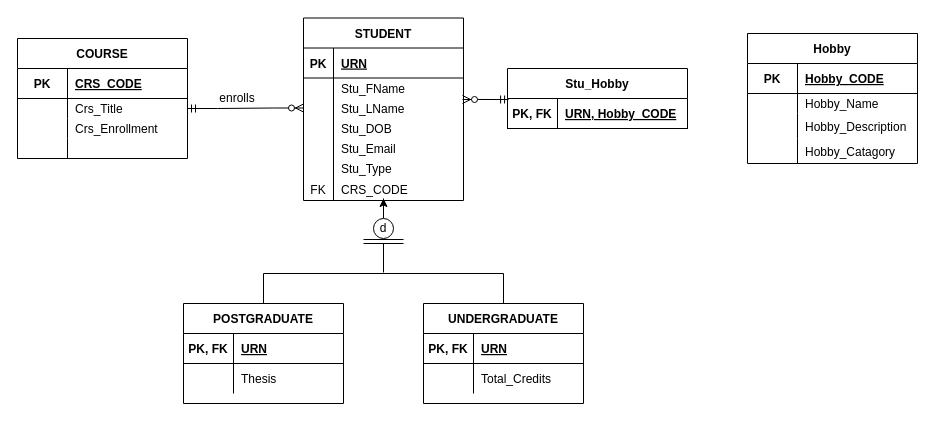
Fin-JNINJA/webdatabasechristmas keeps this draw.io diagram as coursework-EERD.drawio. Above is the earlier version. Source tidied: cells renumbered, new cells numbered last; positions are measured from the earlier drawing's top-left corner, leaving out a move shared by most shapes. Both pictures are drawn from the tidied source at 100%, with x=0, y=0 at pixel (17, 18).
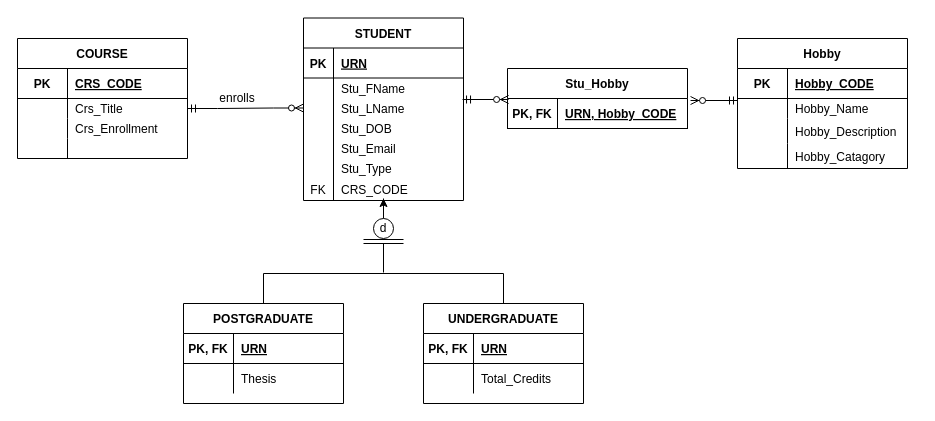
The same diagram, later.

Commit message:
finished basic need add new entities

The change refers to these unchanged cells:
```xml
<mxCell id="10" style="shape=partialRectangle;fillColor=none;points=[[0,0.5],[1,0.5]];portConstraint=eastwest;top=0;left=0;right=0;bottom=0;" parent="3" vertex="1">
  <mxGeometry y="80" width="160" height="20" as="geometry" />
</mxCell>
<mxCell id="69" style="shape=partialRectangle;fillColor=none;points=[[0,0.5],[1,0.5]];portConstraint=eastwest;top=0;left=0;right=0;bottom=0;" parent="65" vertex="1">
  <mxGeometry y="60" width="170" height="20" as="geometry" />
</mxCell>
<mxCell id="79" style="shape=partialRectangle;fillColor=none;points=[[0,0.5],[1,0.5]];portConstraint=eastwest;top=0;left=0;right=0;bottom=1;" parent="78" vertex="1">
  <mxGeometry y="30" width="180" height="30" as="geometry" />
</mxCell>
```

The edit, as a diff of the source:
```diff
@@
     <mxCell id="65" value="Hobby" style="shape=table;startSize=30;childLayout=tableLayout;rowLines=0;fontStyle=1;align=center;" parent="1" vertex="1">
-      <mxGeometry x="730" y="15" width="170" height="130" as="geometry" />
+      <mxGeometry x="720" y="20" width="170" height="130" as="geometry" />
     </mxCell>
@@
-    <mxCell id="82" style="edgeStyle=entityRelationEdgeStyle;fontSize=12;html=1;endArrow=ERzeroToMany;startArrow=ERmandOne;rounded=0;exitX=0.006;exitY=0.033;exitDx=0;exitDy=0;exitPerimeter=0;entryX=0.994;entryY=0.075;entryDx=0;entryDy=0;entryPerimeter=0;" parent="1" edge="1" source="79" target="10">
+    <mxCell id="82" style="edgeStyle=entityRelationEdgeStyle;fontSize=12;html=1;endArrow=ERzeroToMany;startArrow=ERmandOne;rounded=0;exitX=0.994;exitY=0.075;exitDx=0;exitDy=0;exitPerimeter=0;entryX=0.006;entryY=0.033;entryDx=0;entryDy=0;entryPerimeter=0;" parent="1" edge="1" source="10" target="79">
       <mxGeometry relative="1" as="geometry" />
     </mxCell>
+    <mxCell id="83" style="edgeStyle=entityRelationEdgeStyle;fontSize=12;html=1;endArrow=ERzeroToMany;startArrow=ERmandOne;rounded=0;exitX=0;exitY=0.1;exitDx=0;exitDy=0;exitPerimeter=0;entryX=1.017;entryY=0.067;entryDx=0;entryDy=0;entryPerimeter=0;" parent="1" edge="1" source="69" target="79">
+      <mxGeometry relative="1" as="geometry" />
+    </mxCell>
```
